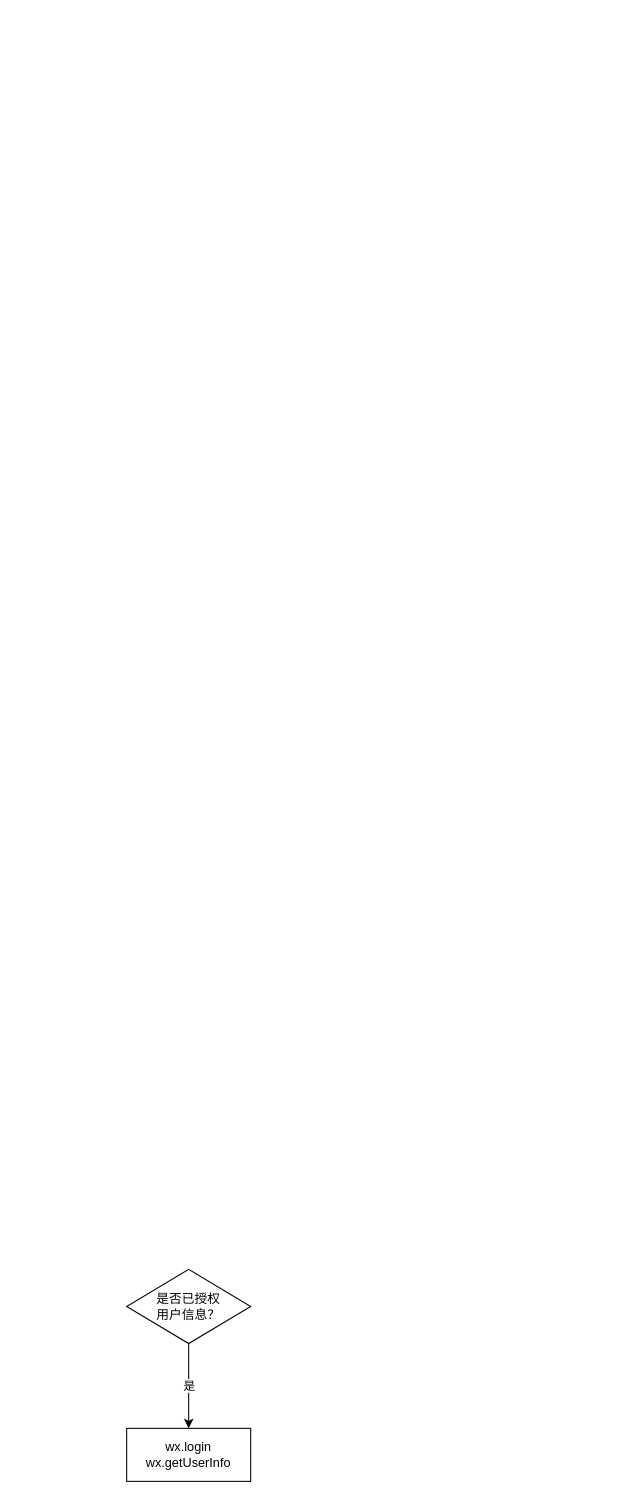
Earlier version of the draw.io diagram Untitled Diagram.drawio (wdj1/vue-list). Source tidied: cells renumbered, new cells numbered last; positions are measured from the earlier drawing's top-left corner, leaving out a move shared by most shapes. Both pictures are drawn from the tidied source at 106%, with x=0, y=0 at pixel (126, 1269).
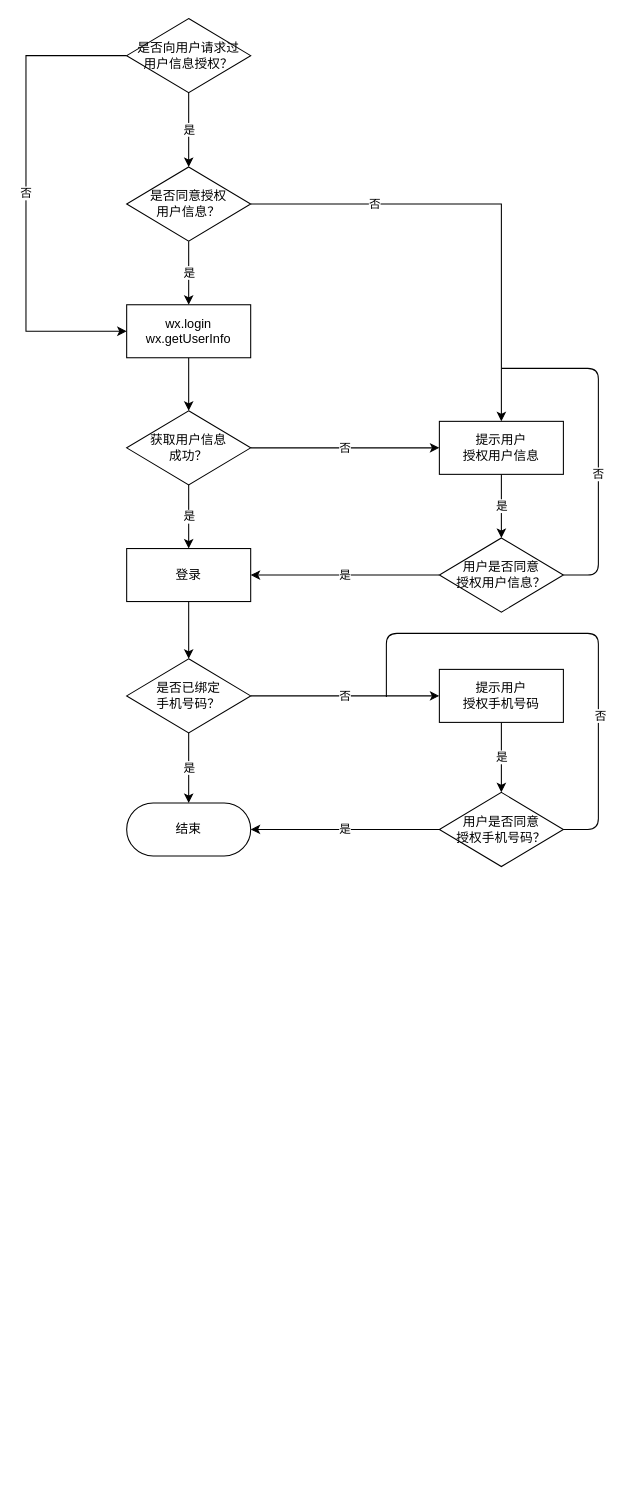
The same page after the edit.

Commit message:
更新手机号码授权

The edit, as a diff of the source:
```diff
@@
-    <mxCell id="3" value="是否已授权&lt;br&gt;用户信息？" style="shape=rhombus;html=1;dashed=0;whitespace=wrap;perimeter=rhombusPerimeter;rounded=0;shadow=0;whiteSpace=wrap;" parent="1" vertex="1">
-      <mxGeometry width="117" height="70" as="geometry" />
+    <mxCell id="3" value="是否同意授权&lt;br&gt;用户信息？" style="shape=rhombus;html=1;dashed=0;whitespace=wrap;perimeter=rhombusPerimeter;rounded=0;shadow=0;whiteSpace=wrap;" parent="1" vertex="1">
+      <mxGeometry y="-1040" width="117" height="70" as="geometry" />
     </mxCell>
+    <mxCell id="5" style="edgeStyle=orthogonalEdgeStyle;rounded=0;jettySize=auto;html=1;exitX=0.5;exitY=1;exitDx=0;exitDy=0;entryX=0.5;entryY=0;entryDx=0;entryDy=0;shadow=0;" parent="1" edge="1" source="4" target="8">
+      <mxGeometry relative="1" as="geometry" />
+    </mxCell>
     <mxCell id="4" value="wx.login&lt;br&gt;wx.getUserInfo" style="html=1;dashed=0;whitespace=wrap;rounded=0;shadow=0;whiteSpace=wrap;" parent="1" vertex="1">
-      <mxGeometry y="150" width="117" height="50" as="geometry" />
+      <mxGeometry y="-910" width="117" height="50" as="geometry" />
     </mxCell>
+    <mxCell id="6" value="是" style="edgeStyle=orthogonalEdgeStyle;rounded=0;jettySize=auto;html=1;shadow=0;entryX=0.5;entryY=0;entryDx=0;entryDy=0;" parent="1" edge="1" source="8" target="10">
+      <mxGeometry relative="1" as="geometry" />
+    </mxCell>
+    <mxCell id="7" value="否" style="edgeStyle=orthogonalEdgeStyle;rounded=0;jettySize=auto;html=1;exitX=1;exitY=0.5;exitDx=0;exitDy=0;shadow=0;" parent="1" edge="1" source="8">
+      <mxGeometry relative="1" as="geometry">
+        <mxPoint x="295" y="-775" as="targetPoint" />
+      </mxGeometry>
+    </mxCell>
+    <mxCell id="8" value="获取用户信息&lt;br&gt;成功？" style="shape=rhombus;html=1;dashed=0;whitespace=wrap;perimeter=rhombusPerimeter;rounded=0;shadow=0;whiteSpace=wrap;" parent="1" vertex="1">
+      <mxGeometry y="-810" width="117" height="70" as="geometry" />
+    </mxCell>
+    <mxCell id="9" style="edgeStyle=orthogonalEdgeStyle;rounded=0;jettySize=auto;html=1;shadow=0;" parent="1" edge="1" source="10" target="16">
+      <mxGeometry relative="1" as="geometry" />
+    </mxCell>
+    <mxCell id="10" value="登录" style="html=1;dashed=0;whitespace=wrap;rounded=0;shadow=0;whiteSpace=wrap;" parent="1" vertex="1">
+      <mxGeometry y="-680" width="117" height="50" as="geometry" />
+    </mxCell>
+    <mxCell id="11" value="是" style="edgeStyle=orthogonalEdgeStyle;rounded=0;jettySize=auto;html=1;exitX=0.5;exitY=1;exitDx=0;exitDy=0;entryX=0.5;entryY=0;entryDx=0;entryDy=0;shadow=0;" parent="1" edge="1" source="12" target="20">
+      <mxGeometry relative="1" as="geometry" />
+    </mxCell>
+    <mxCell id="12" value="提示用户&lt;br&gt;授权用户信息" style="html=1;dashed=0;whitespace=wrap;rounded=0;shadow=0;whiteSpace=wrap;" parent="1" vertex="1">
+      <mxGeometry x="295" y="-800" width="117" height="50" as="geometry" />
+    </mxCell>
+    <mxCell id="13" value="否" style="edgeStyle=orthogonalEdgeStyle;rounded=0;jettySize=auto;html=1;exitX=1;exitY=0.5;exitDx=0;exitDy=0;shadow=0;" parent="1" edge="1" source="3" target="12">
+      <mxGeometry x="-0.47" relative="1" as="geometry" />
+    </mxCell>
+    <mxCell id="14" value="是" style="edgeStyle=orthogonalEdgeStyle;rounded=0;jettySize=auto;html=1;shadow=0;" parent="1" edge="1" source="16">
+      <mxGeometry relative="1" as="geometry">
+        <mxPoint x="58.5" y="-440" as="targetPoint" />
+      </mxGeometry>
+    </mxCell>
+    <mxCell id="15" value="否" style="edgeStyle=orthogonalEdgeStyle;rounded=0;jettySize=auto;html=1;exitX=1;exitY=0.5;exitDx=0;exitDy=0;shadow=0;" parent="1" edge="1" source="16" target="18">
+      <mxGeometry relative="1" as="geometry" />
+    </mxCell>
+    <mxCell id="16" value="是否已绑定&lt;br&gt;手机号码？" style="shape=rhombus;html=1;dashed=0;whitespace=wrap;perimeter=rhombusPerimeter;rounded=0;shadow=0;whiteSpace=wrap;" parent="1" vertex="1">
+      <mxGeometry y="-576" width="117" height="70" as="geometry" />
+    </mxCell>
+    <mxCell id="17" value="是" style="edgeStyle=orthogonalEdgeStyle;rounded=0;jettySize=auto;html=1;shadow=0;" parent="1" edge="1" source="18" target="26">
+      <mxGeometry relative="1" as="geometry">
+        <Array as="points">
+          <mxPoint x="354" y="-490" />
+          <mxPoint x="354" y="-490" />
+        </Array>
+      </mxGeometry>
+    </mxCell>
+    <mxCell id="18" value="提示用户&lt;br&gt;授权手机号码" style="html=1;dashed=0;whitespace=wrap;rounded=0;shadow=0;whiteSpace=wrap;" parent="1" vertex="1">
+      <mxGeometry x="295" y="-566" width="117" height="50" as="geometry" />
+    </mxCell>
+    <mxCell id="19" value="是" style="edgeStyle=orthogonalEdgeStyle;rounded=0;jettySize=auto;html=1;exitX=0;exitY=0.5;exitDx=0;exitDy=0;entryX=1;entryY=0.5;entryDx=0;entryDy=0;shadow=0;" parent="1" edge="1" source="20" target="10">
+      <mxGeometry relative="1" as="geometry" />
+    </mxCell>
+    <mxCell id="20" value="用户是否同意&lt;br&gt;授权用户信息？" style="shape=rhombus;html=1;dashed=0;whitespace=wrap;perimeter=rhombusPerimeter;rounded=0;shadow=0;whiteSpace=wrap;" parent="1" vertex="1">
+      <mxGeometry x="295" y="-690" width="117" height="70" as="geometry" />
+    </mxCell>
+    <mxCell id="21" value="否" style="endArrow=none;html=1;shadow=0;exitX=1;exitY=0.5;exitDx=0;exitDy=0;" parent="1" edge="1" source="20">
+      <mxGeometry x="-0.2" relative="1" as="geometry">
+        <mxPoint x="354" y="-850" as="targetPoint" />
+        <Array as="points">
+          <mxPoint x="445" y="-655" />
+          <mxPoint x="445" y="-850" />
+        </Array>
+      </mxGeometry>
+    </mxCell>
+    <mxCell id="22" value="是" style="edgeStyle=orthogonalEdgeStyle;rounded=0;jettySize=auto;html=1;shadow=0;" parent="1" edge="1" source="24" target="3">
+      <mxGeometry relative="1" as="geometry" />
+    </mxCell>
+    <mxCell id="23" value="否" style="edgeStyle=orthogonalEdgeStyle;rounded=0;jettySize=auto;html=1;exitX=0;exitY=0.5;exitDx=0;exitDy=0;entryX=0;entryY=0.5;entryDx=0;entryDy=0;shadow=0;" parent="1" edge="1" source="24" target="4">
+      <mxGeometry relative="1" as="geometry">
+        <Array as="points">
+          <mxPoint x="-95" y="-1145" />
+          <mxPoint x="-95" y="-885" />
+        </Array>
+      </mxGeometry>
+    </mxCell>
+    <mxCell id="24" value="是否向用户请求过&lt;br&gt;用户信息授权？" style="shape=rhombus;html=1;dashed=0;whitespace=wrap;perimeter=rhombusPerimeter;rounded=0;shadow=0;whiteSpace=wrap;" parent="1" vertex="1">
+      <mxGeometry y="-1180" width="117" height="70" as="geometry" />
+    </mxCell>
+    <mxCell id="25" value="是" style="edgeStyle=orthogonalEdgeStyle;rounded=0;jettySize=auto;html=1;exitX=0;exitY=0.5;exitDx=0;exitDy=0;entryX=1;entryY=0.5;entryDx=0;entryDy=0;entryPerimeter=0;shadow=0;" parent="1" edge="1" source="26" target="27">
+      <mxGeometry relative="1" as="geometry" />
+    </mxCell>
+    <mxCell id="26" value="用户是否同意&lt;br&gt;授权手机号码？" style="shape=rhombus;html=1;dashed=0;whitespace=wrap;perimeter=rhombusPerimeter;rounded=0;shadow=0;whiteSpace=wrap;" parent="1" vertex="1">
+      <mxGeometry x="295" y="-450" width="117" height="70" as="geometry" />
+    </mxCell>
+    <mxCell id="27" value="结束" style="html=1;dashed=0;whitespace=wrap;shape=mxgraph.dfd.start;rounded=0;shadow=0;whiteSpace=wrap;" parent="1" vertex="1">
+      <mxGeometry y="-440" width="117" height="50" as="geometry" />
+    </mxCell>
+    <mxCell id="28" style="endArrow=none;html=1;shadow=0;exitX=1;exitY=0.5;exitDx=0;exitDy=0;" parent="1" edge="1" source="26">
+      <mxGeometry relative="1" as="geometry">
+        <mxPoint x="245" y="-540" as="targetPoint" />
+        <Array as="points">
+          <mxPoint x="445" y="-415" />
+          <mxPoint x="445" y="-600" />
+          <mxPoint x="245" y="-600" />
+        </Array>
+      </mxGeometry>
+    </mxCell>
+    <mxCell id="29" value="否" style="edgeLabel;html=1;align=center;verticalAlign=middle;" parent="28" vertex="1">
+      <mxGeometry x="-0.41" y="-1" relative="1" as="geometry" />
+    </mxCell>
```
